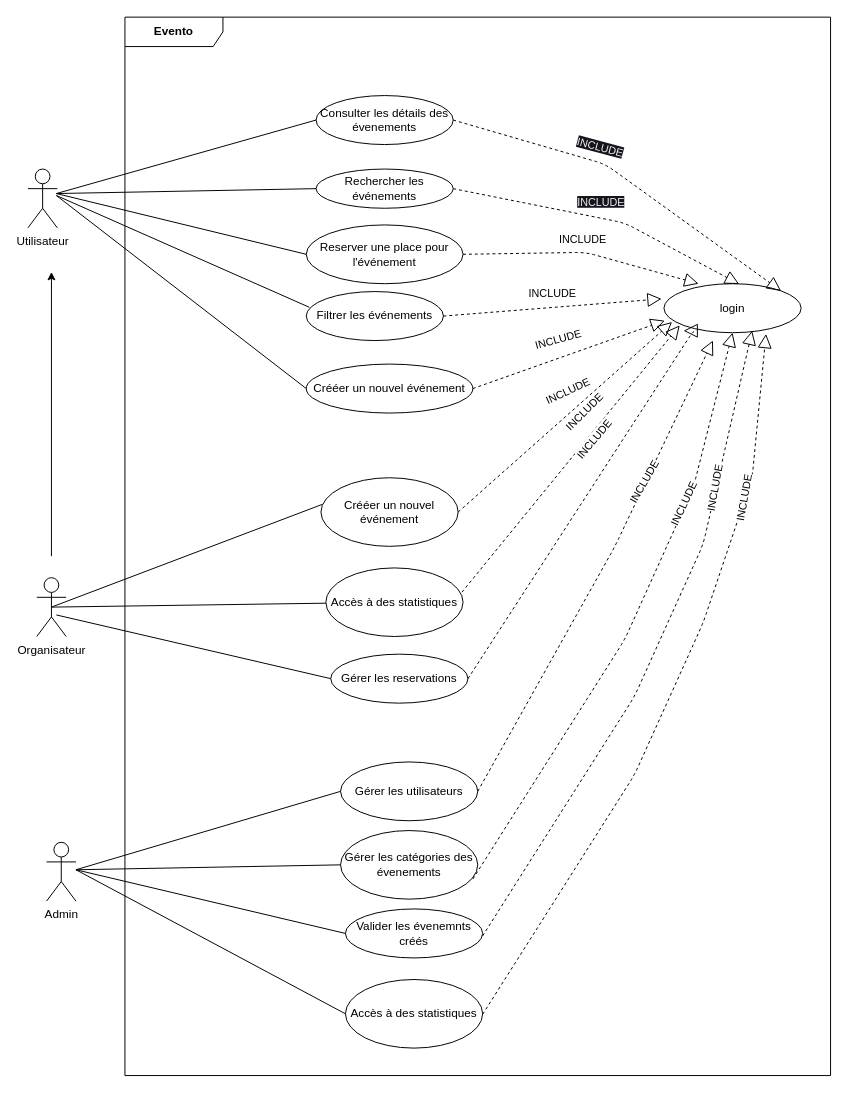
Above: use_case.drawio in Mohamed072005/YouEvent (draw.io), before the change. Source tidied: cells renumbered, new cells numbered last; positions are measured from the earlier drawing's top-left corner, leaving out a move shared by most shapes. Both pictures are drawn from the tidied source at 98%, with x=0, y=0 at pixel (27, 17).
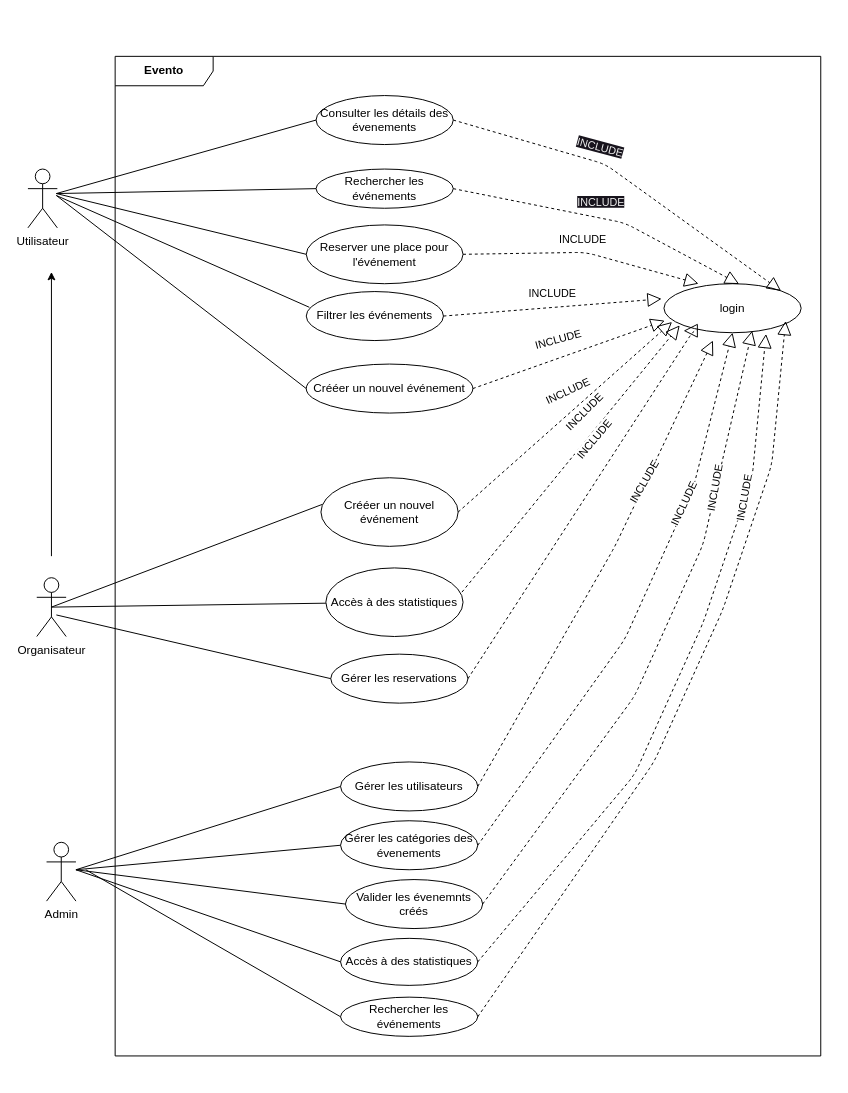
The same page after the edit.

Commit message (it also covers changes not shown here):
add some edit in use-case and class diagram"

Unchanged cells that the change refers to:
```xml
<mxCell id="5" value="login" style="ellipse;whiteSpace=wrap;html=1;" parent="1" vertex="1">
  <mxGeometry x="649" y="272" width="140" height="50" as="geometry" />
</mxCell>
```

What changed in the source:
```diff
@@
     <mxCell id="26" value="Evento" style="shape=umlFrame;whiteSpace=wrap;html=1;width=100;height=30;fontStyle=1;" parent="1" vertex="1">
-      <mxGeometry x="99" width="720" height="1080" as="geometry" />
+      <mxGeometry x="89" y="40" width="720" height="1020" as="geometry" />
     </mxCell>
@@
     <mxCell id="28" value="Valider les évenemnts créés" style="ellipse;whiteSpace=wrap;html=1;" parent="1" vertex="1">
-      <mxGeometry x="324" y="910" width="140" height="50" as="geometry" />
+      <mxGeometry x="324" y="880" width="140" height="50" as="geometry" />
     </mxCell>
     <mxCell id="29" value="Gérer les utilisateurs" style="ellipse;whiteSpace=wrap;html=1;" parent="1" vertex="1">
-      <mxGeometry x="319" y="760" width="140" height="60" as="geometry" />
+      <mxGeometry x="319" y="760" width="140" height="50" as="geometry" />
     </mxCell>
     <mxCell id="30" value="Gérer les catégories des évenements" style="ellipse;whiteSpace=wrap;html=1;" parent="1" vertex="1">
-      <mxGeometry x="319" y="830" width="140" height="70" as="geometry" />
+      <mxGeometry x="319" y="820" width="140" height="50" as="geometry" />
     </mxCell>
     <mxCell id="31" value="Accès à des statistiques" style="ellipse;whiteSpace=wrap;html=1;" parent="1" vertex="1">
-      <mxGeometry x="324" y="982" width="140" height="70" as="geometry" />
+      <mxGeometry x="319" y="940" width="140" height="48" as="geometry" />
     </mxCell>
@@
-    <mxCell id="37" style="endArrow=block;dashed=1;endFill=0;endSize=12;html=1;exitX=1;exitY=0.5;exitDx=0;exitDy=0;entryX=0.5;entryY=1;entryDx=0;entryDy=0;" parent="1" edge="1" target="5">
+    <mxCell id="37" style="endArrow=block;dashed=1;endFill=0;endSize=12;html=1;exitX=1;exitY=0.5;exitDx=0;exitDy=0;entryX=0.5;entryY=1;entryDx=0;entryDy=0;" parent="1" edge="1" source="30" target="5">
       <mxGeometry relative="1" as="geometry">
-        <mxPoint x="454" y="879.5" as="sourcePoint" />
         <Array as="points">
           <mxPoint x="609" y="635" />
           <mxPoint x="679" y="480" />
         </Array>
       </mxGeometry>
     </mxCell>
-    <mxCell id="38" style="endArrow=block;dashed=1;endFill=0;endSize=12;html=1;exitX=1;exitY=0.5;exitDx=0;exitDy=0;entryX=0.643;entryY=0.96;entryDx=0;entryDy=0;entryPerimeter=0;" parent="1" edge="1" target="5">
+    <mxCell id="38" style="endArrow=block;dashed=1;endFill=0;endSize=12;html=1;exitX=1;exitY=0.5;exitDx=0;exitDy=0;entryX=0.643;entryY=0.96;entryDx=0;entryDy=0;entryPerimeter=0;" parent="1" edge="1" source="28" target="5">
       <mxGeometry relative="1" as="geometry">
-        <mxPoint x="464" y="937.5" as="sourcePoint" />
         <Array as="points">
           <mxPoint x="619" y="693" />
           <mxPoint x="689" y="538" />
         </Array>
       </mxGeometry>
     </mxCell>
-    <mxCell id="39" style="endArrow=block;dashed=1;endFill=0;endSize=12;html=1;exitX=1;exitY=0.5;exitDx=0;exitDy=0;entryX=0.744;entryY=1.025;entryDx=0;entryDy=0;entryPerimeter=0;" parent="1" edge="1" target="5">
+    <mxCell id="39" style="endArrow=block;dashed=1;endFill=0;endSize=12;html=1;exitX=1;exitY=0.5;exitDx=0;exitDy=0;entryX=0.744;entryY=1.025;entryDx=0;entryDy=0;entryPerimeter=0;" parent="1" edge="1" source="31" target="5">
       <mxGeometry relative="1" as="geometry">
-        <mxPoint x="464" y="1017.5" as="sourcePoint" />
         <Array as="points">
           <mxPoint x="619" y="773" />
           <mxPoint x="689" y="618" />
           <mxPoint x="739" y="470" />
         </Array>
       </mxGeometry>
     </mxCell>
@@
+    <mxCell id="56" value="Rechercher les événements" style="ellipse;whiteSpace=wrap;html=1;" parent="1" vertex="1">
+      <mxGeometry x="319" y="1000" width="140" height="40" as="geometry" />
+    </mxCell>
+    <mxCell id="57" style="endArrow=block;dashed=1;endFill=0;endSize=12;html=1;exitX=1;exitY=0.5;exitDx=0;exitDy=0;entryX=0.744;entryY=1.025;entryDx=0;entryDy=0;entryPerimeter=0;" parent="1" edge="1" source="56">
+      <mxGeometry relative="1" as="geometry">
+        <mxPoint x="773.2" y="310" as="targetPoint" />
+        <Array as="points">
+          <mxPoint x="639" y="759.8" />
+          <mxPoint x="709" y="604.8" />
+          <mxPoint x="759" y="456.8" />
+        </Array>
+      </mxGeometry>
+    </mxCell>
+    <mxCell id="58" style="endArrow=none;html=1;entryX=0;entryY=0.5;entryDx=0;entryDy=0;" parent="1" edge="1" target="56">
+      <mxGeometry relative="1" as="geometry">
+        <mxPoint x="59" y="870" as="sourcePoint" />
+      </mxGeometry>
+    </mxCell>
```
